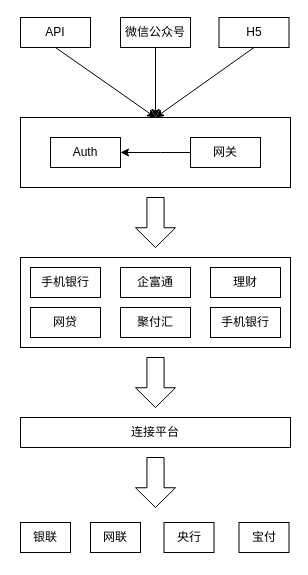
This is 互金架构图.drawio from liuningchuan/gitbook, a draw.io file, before an edit. Source tidied: cells renumbered, new cells numbered last; positions are measured from the earlier drawing's top-left corner, leaving out a move shared by most shapes. Both pictures are drawn from the tidied source at 100%, with x=0, y=0 at pixel (20, 17).
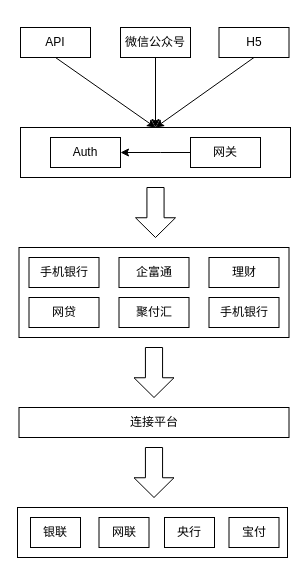
After the change.

Commit message (it also covers changes not shown here):
更新互金架构图.drawio

Change to the diagram source:
```diff
@@
     <mxCell id="3" value="微信公众号" style="rounded=0;whiteSpace=wrap;html=1;" parent="1" vertex="1">
-      <mxGeometry x="100" width="70" height="30" as="geometry" />
+      <mxGeometry x="100" y="10" width="70" height="30" as="geometry" />
     </mxCell>
@@
     <mxCell id="5" value="API" style="rounded=0;whiteSpace=wrap;html=1;" parent="1" vertex="1">
-      <mxGeometry width="70" height="30" as="geometry" />
+      <mxGeometry y="10" width="70" height="30" as="geometry" />
     </mxCell>
@@
     <mxCell id="7" value="H5" style="rounded=0;whiteSpace=wrap;html=1;" parent="1" vertex="1">
-      <mxGeometry x="198.5" width="70" height="30" as="geometry" />
+      <mxGeometry x="198.5" y="10" width="70" height="30" as="geometry" />
     </mxCell>
     <mxCell id="8" style="rounded=0;whiteSpace=wrap;html=1;fillColor=none;" parent="1" vertex="1">
-      <mxGeometry y="100" width="270" height="70" as="geometry" />
+      <mxGeometry y="110" width="270" height="50" as="geometry" />
     </mxCell>
@@
     <mxCell id="12" style="shape=mxgraph.arrows.arrow_down;html=1;verticalLabelPosition=bottom;verticalAlign=top;strokeWidth=1;strokeColor=#000000;fillColor=none;" parent="1" vertex="1">
-      <mxGeometry x="115" y="180" width="40" height="50" as="geometry" />
+      <mxGeometry x="115" y="170" width="40" height="50" as="geometry" />
     </mxCell>
     <mxCell id="13" style="rounded=0;whiteSpace=wrap;html=1;strokeWidth=1;fillColor=none;" parent="1" vertex="1">
-      <mxGeometry y="240" width="270" height="90" as="geometry" />
+      <mxGeometry x="-1.5" y="230" width="270" height="90" as="geometry" />
     </mxCell>
     <mxCell id="14" value="手机银行" style="rounded=0;whiteSpace=wrap;html=1;" parent="1" vertex="1">
-      <mxGeometry x="10" y="250" width="70" height="30" as="geometry" />
+      <mxGeometry x="8.5" y="240" width="70" height="30" as="geometry" />
     </mxCell>
     <mxCell id="15" value="企富通" style="rounded=0;whiteSpace=wrap;html=1;" parent="1" vertex="1">
-      <mxGeometry x="100" y="250" width="70" height="30" as="geometry" />
+      <mxGeometry x="98.5" y="240" width="70" height="30" as="geometry" />
     </mxCell>
     <mxCell id="16" value="理财" style="rounded=0;whiteSpace=wrap;html=1;" parent="1" vertex="1">
-      <mxGeometry x="190" y="250" width="70" height="30" as="geometry" />
+      <mxGeometry x="188.5" y="240" width="70" height="30" as="geometry" />
     </mxCell>
     <mxCell id="17" value="网贷" style="rounded=0;whiteSpace=wrap;html=1;" parent="1" vertex="1">
-      <mxGeometry x="10" y="290" width="70" height="30" as="geometry" />
+      <mxGeometry x="8.5" y="280" width="70" height="30" as="geometry" />
     </mxCell>
     <mxCell id="18" value="聚付汇" style="rounded=0;whiteSpace=wrap;html=1;" parent="1" vertex="1">
-      <mxGeometry x="100" y="290" width="70" height="30" as="geometry" />
+      <mxGeometry x="98.5" y="280" width="70" height="30" as="geometry" />
     </mxCell>
     <mxCell id="19" value="手机银行" style="rounded=0;whiteSpace=wrap;html=1;" parent="1" vertex="1">
-      <mxGeometry x="190" y="290" width="70" height="30" as="geometry" />
+      <mxGeometry x="188.5" y="280" width="70" height="30" as="geometry" />
     </mxCell>
     <mxCell id="20" style="shape=mxgraph.arrows.arrow_down;html=1;verticalLabelPosition=bottom;verticalAlign=top;strokeWidth=1;strokeColor=#000000;fillColor=none;" parent="1" vertex="1">
-      <mxGeometry x="115" y="340" width="40" height="50" as="geometry" />
+      <mxGeometry x="113.5" y="330" width="40" height="50" as="geometry" />
     </mxCell>
     <mxCell id="21" value="连接平台" style="rounded=0;whiteSpace=wrap;html=1;strokeWidth=1;fillColor=none;" parent="1" vertex="1">
-      <mxGeometry y="400" width="270" height="30" as="geometry" />
+      <mxGeometry x="-1.5" y="390" width="270" height="30" as="geometry" />
     </mxCell>
     <mxCell id="22" style="shape=mxgraph.arrows.arrow_down;html=1;verticalLabelPosition=bottom;verticalAlign=top;strokeWidth=1;strokeColor=#000000;fillColor=none;" parent="1" vertex="1">
-      <mxGeometry x="115" y="440" width="40" height="50" as="geometry" />
+      <mxGeometry x="113.5" y="430" width="40" height="50" as="geometry" />
     </mxCell>
     <mxCell id="23" value="银联" style="rounded=0;whiteSpace=wrap;html=1;" parent="1" vertex="1">
-      <mxGeometry y="505" width="50" height="30" as="geometry" />
+      <mxGeometry x="10" y="500" width="50" height="30" as="geometry" />
     </mxCell>
     <mxCell id="24" value="网联" style="rounded=0;whiteSpace=wrap;html=1;" parent="1" vertex="1">
-      <mxGeometry x="70" y="505" width="50" height="30" as="geometry" />
+      <mxGeometry x="78.5" y="500" width="50" height="30" as="geometry" />
     </mxCell>
     <mxCell id="25" value="央行" style="rounded=0;whiteSpace=wrap;html=1;" parent="1" vertex="1">
-      <mxGeometry x="143.5" y="505" width="50" height="30" as="geometry" />
+      <mxGeometry x="144" y="500" width="50" height="30" as="geometry" />
     </mxCell>
     <mxCell id="26" value="宝付" style="rounded=0;whiteSpace=wrap;html=1;" parent="1" vertex="1">
-      <mxGeometry x="218.5" y="505" width="50" height="30" as="geometry" />
+      <mxGeometry x="208.5" y="500" width="50" height="30" as="geometry" />
     </mxCell>
+    <mxCell id="27" style="rounded=0;whiteSpace=wrap;html=1;strokeWidth=1;fillColor=none;" parent="1" vertex="1">
+      <mxGeometry x="-3" y="490" width="270" height="50" as="geometry" />
+    </mxCell>
+    <mxCell id="28" style="edgeStyle=none;rounded=0;orthogonalLoop=1;jettySize=auto;html=1;exitX=0.5;exitY=1;exitDx=0;exitDy=0;startArrow=none;startFill=0;endArrow=classic;endFill=1;targetPerimeterSpacing=0;" parent="1" edge="1" source="23" target="23">
+      <mxGeometry relative="1" as="geometry" />
+    </mxCell>
```
